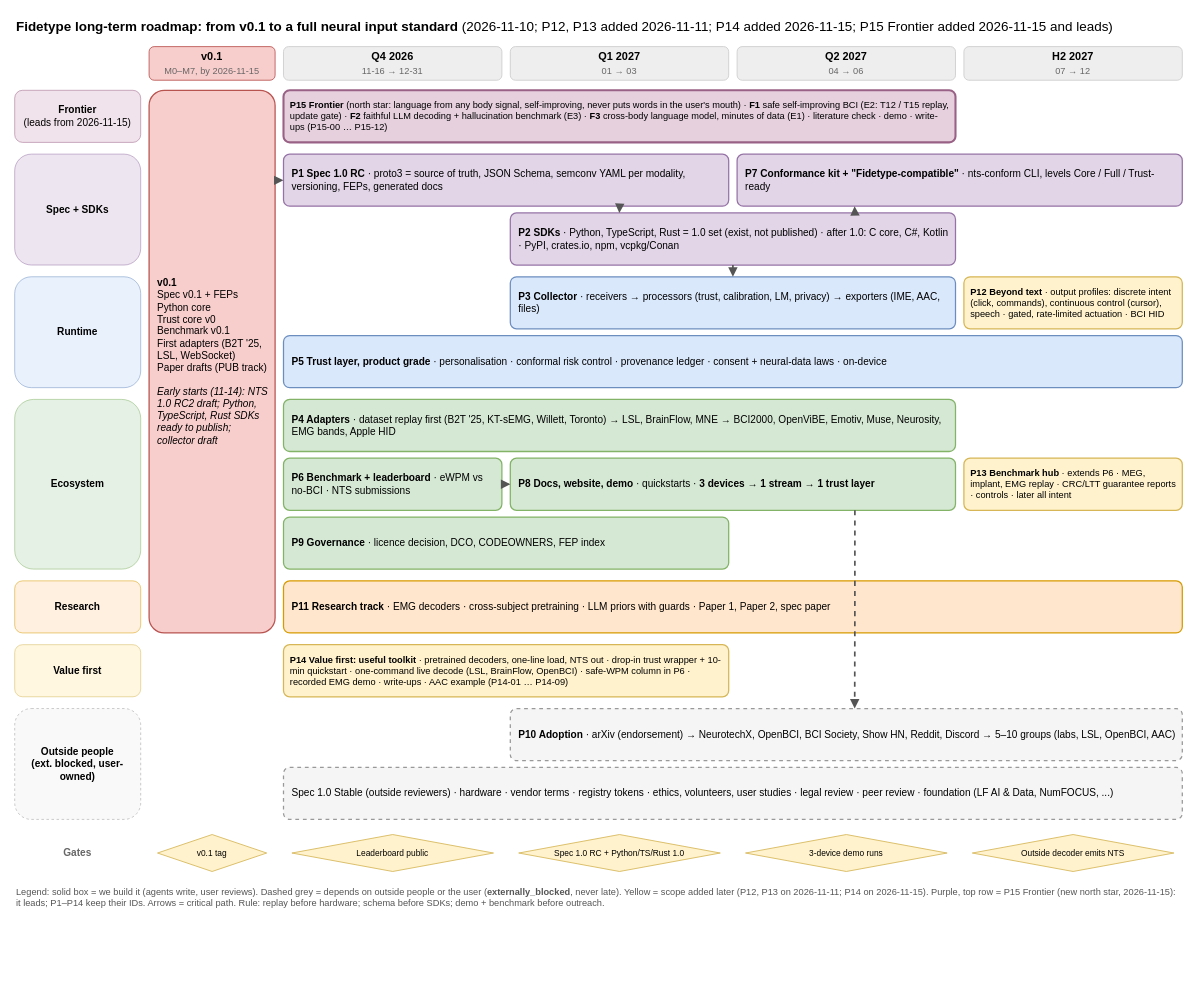
Above: wiki/diagrams/11-roadmap-standard.drawio in zhangzibo/fidetype (draw.io), before the change. Source tidied: cells renumbered, new cells numbered last; positions are measured from the earlier drawing's top-left corner, leaving out a move shared by most shapes. Both pictures are drawn from the tidied source at 84%, with x=0, y=0 at pixel (14, 14).
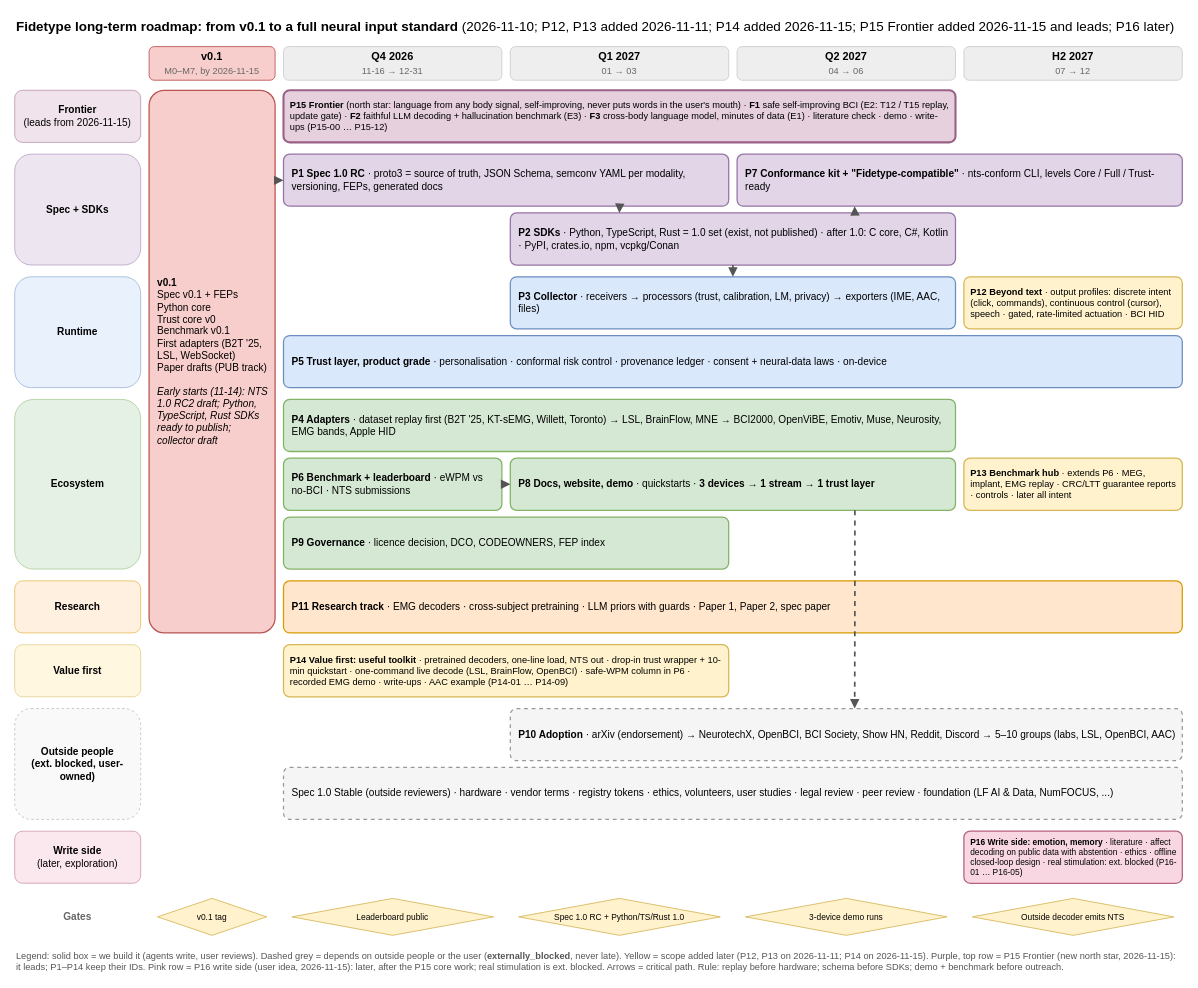
The same page after the edit.

Commit message (it also covers changes not shown here):
Roadmap P16 write side: emotion and memory (exploration, later)

What changed in the source:
```diff
@@
-    <mxCell id="2" value="&lt;b&gt;Fidetype long-term roadmap: from v0.1 to a full neural input standard&lt;/b&gt; (2026-11-10; P12, P13 added 2026-11-11; P14 added 2026-11-15; P15 Frontier added 2026-11-15 and leads)" style="text;html=1;whiteSpace=wrap;fillColor=none;strokeColor=none;fontSize=16;align=left;verticalAlign=middle;fontColor=#000000;" parent="1" vertex="1">
+    <mxCell id="2" value="&lt;b&gt;Fidetype long-term roadmap: from v0.1 to a full neural input standard&lt;/b&gt; (2026-11-10; P12, P13 added 2026-11-11; P14 added 2026-11-15; P15 Frontier added 2026-11-15 and leads; P16 later)" style="text;html=1;whiteSpace=wrap;fillColor=none;strokeColor=none;fontSize=16;align=left;verticalAlign=middle;fontColor=#000000;" parent="1" vertex="1">
       <mxGeometry width="1390" height="28" as="geometry" />
     </mxCell>
@@
     <mxCell id="32" value="&lt;b&gt;Gates&lt;/b&gt;" style="text;html=1;whiteSpace=wrap;fillColor=none;strokeColor=none;fontSize=12;align=center;verticalAlign=middle;fontColor=#666666;" parent="1" vertex="1">
-      <mxGeometry y="976" width="150" height="44" as="geometry" />
+      <mxGeometry y="1052" width="150" height="44" as="geometry" />
     </mxCell>
     <mxCell id="33" value="v0.1 tag" style="rhombus;whiteSpace=wrap;html=1;fontSize=10;fillColor=#fff2cc;strokeColor=#d6b656;" parent="1" vertex="1">
-      <mxGeometry x="170" y="976" width="130" height="44" as="geometry" />
+      <mxGeometry x="170" y="1052" width="130" height="44" as="geometry" />
     </mxCell>
     <mxCell id="34" value="Leaderboard public" style="rhombus;whiteSpace=wrap;html=1;fontSize=10;fillColor=#fff2cc;strokeColor=#d6b656;" parent="1" vertex="1">
-      <mxGeometry x="330" y="976" width="240" height="44" as="geometry" />
+      <mxGeometry x="330" y="1052" width="240" height="44" as="geometry" />
     </mxCell>
     <mxCell id="35" value="Spec 1.0 RC + Python/TS/Rust 1.0" style="rhombus;whiteSpace=wrap;html=1;fontSize=10;fillColor=#fff2cc;strokeColor=#d6b656;" parent="1" vertex="1">
-      <mxGeometry x="600" y="976" width="240" height="44" as="geometry" />
+      <mxGeometry x="600" y="1052" width="240" height="44" as="geometry" />
     </mxCell>
     <mxCell id="36" value="3-device demo runs" style="rhombus;whiteSpace=wrap;html=1;fontSize=10;fillColor=#fff2cc;strokeColor=#d6b656;" parent="1" vertex="1">
-      <mxGeometry x="870" y="976" width="240" height="44" as="geometry" />
+      <mxGeometry x="870" y="1052" width="240" height="44" as="geometry" />
     </mxCell>
     <mxCell id="37" value="Outside decoder emits NTS" style="rhombus;whiteSpace=wrap;html=1;fontSize=10;fillColor=#fff2cc;strokeColor=#d6b656;" parent="1" vertex="1">
-      <mxGeometry x="1140" y="976" width="240" height="44" as="geometry" />
+      <mxGeometry x="1140" y="1052" width="240" height="44" as="geometry" />
     </mxCell>
-    <mxCell id="38" value="Legend: solid box = we build it (agents write, user reviews). Dashed grey = depends on outside people or the user (&lt;b&gt;externally_blocked&lt;/b&gt;, never late). Yellow = scope added later (P12, P13 on 2026-11-11; P14 on 2026-11-15). Purple, top row = P15 Frontier (new north star, 2026-11-15): it leads; P1–P14 keep their IDs. Arrows = critical path. Rule: replay before hardware; schema before SDKs; demo + benchmark before outreach." style="text;html=1;whiteSpace=wrap;fillColor=none;strokeColor=none;fontSize=11;align=left;verticalAlign=top;fontColor=#555555;" parent="1" vertex="1">
-      <mxGeometry y="1032" width="1390" height="34" as="geometry" />
+    <mxCell id="38" value="Legend: solid box = we build it (agents write, user reviews). Dashed grey = depends on outside people or the user (&lt;b&gt;externally_blocked&lt;/b&gt;, never late). Yellow = scope added later (P12, P13 on 2026-11-11; P14 on 2026-11-15). Purple, top row = P15 Frontier (new north star, 2026-11-15): it leads; P1–P14 keep their IDs. Pink row = P16 write side (user idea, 2026-11-15): later, after the P15 core work; real stimulation is ext. blocked. Arrows = critical path. Rule: replay before hardware; schema before SDKs; demo + benchmark before outreach." style="text;html=1;whiteSpace=wrap;fillColor=none;strokeColor=none;fontSize=11;align=left;verticalAlign=top;fontColor=#555555;" parent="1" vertex="1">
+      <mxGeometry y="1108" width="1390" height="34" as="geometry" />
     </mxCell>
@@
+    <mxCell id="45" value="&lt;b&gt;Write side&lt;/b&gt;&lt;br&gt;(later, exploration)" style="rounded=1;whiteSpace=wrap;html=1;fontSize=12;fillColor=#f8d7e3;strokeColor=#b5627d;opacity=60;align=center;verticalAlign=middle;" parent="1" vertex="1">
+      <mxGeometry y="972" width="150" height="62" as="geometry" />
+    </mxCell>
+    <mxCell id="46" value="&lt;b&gt;P16 Write side: emotion, memory&lt;/b&gt; · literature · affect decoding on public data with abstention · ethics · offline closed-loop design · real stimulation: ext. blocked (P16-01 … P16-05)" style="rounded=1;whiteSpace=wrap;html=1;fontSize=10;arcSize=12;fillColor=#f8d7e3;strokeColor=#b5627d;strokeWidth=1.5;align=left;verticalAlign=middle;spacingLeft=6;spacingRight=4;" parent="1" vertex="1">
+      <mxGeometry x="1130" y="972" width="260" height="62" as="geometry" />
+    </mxCell>
```
